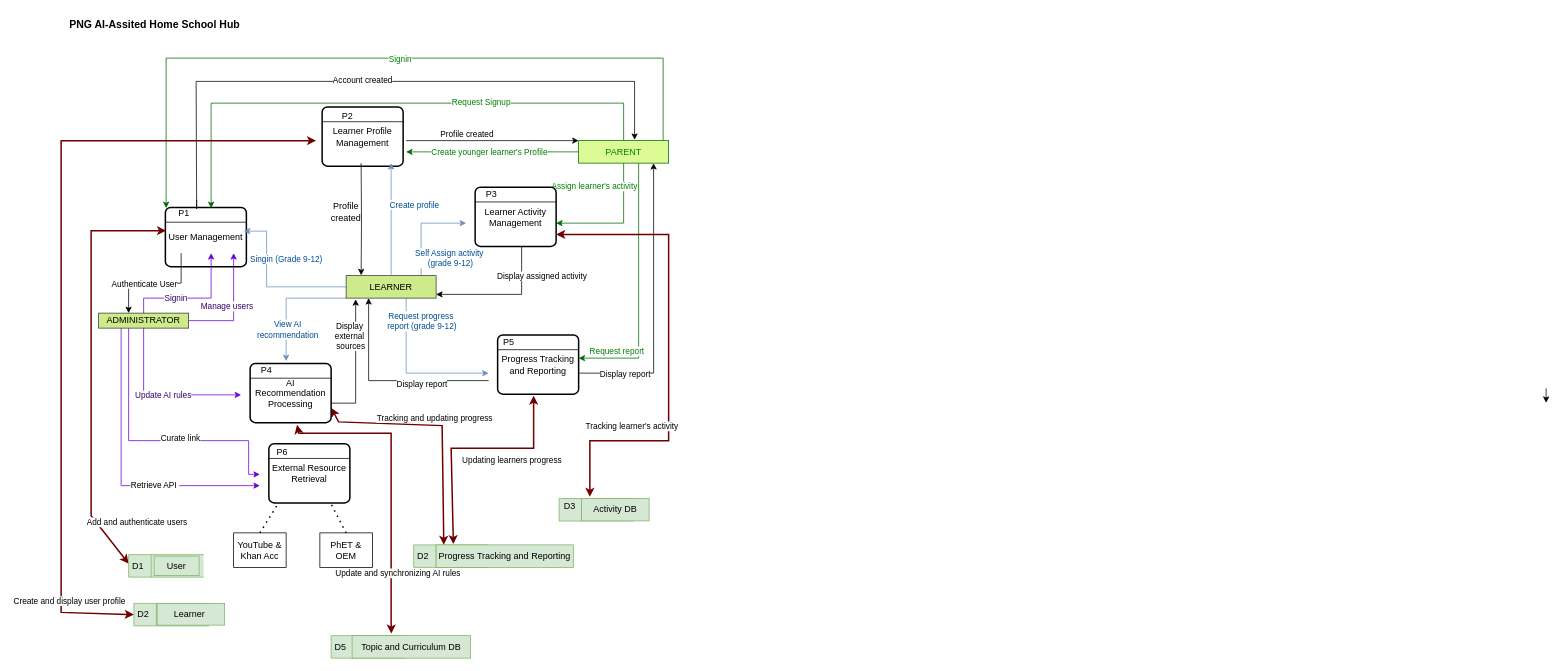
The draw.io diagram page "Data Flow Diagram Level 0" (4 of 8) of Use Case Diagram.drawio in Nash230/IS406-Final-Year-Major-Project, before the edit. Source tidied: cells renumbered, new cells numbered last; positions are measured from the earlier drawing's top-left corner, leaving out a move shared by most shapes. Both pictures are drawn from the tidied source at 75%, with x=0, y=0 at pixel (61, 13).
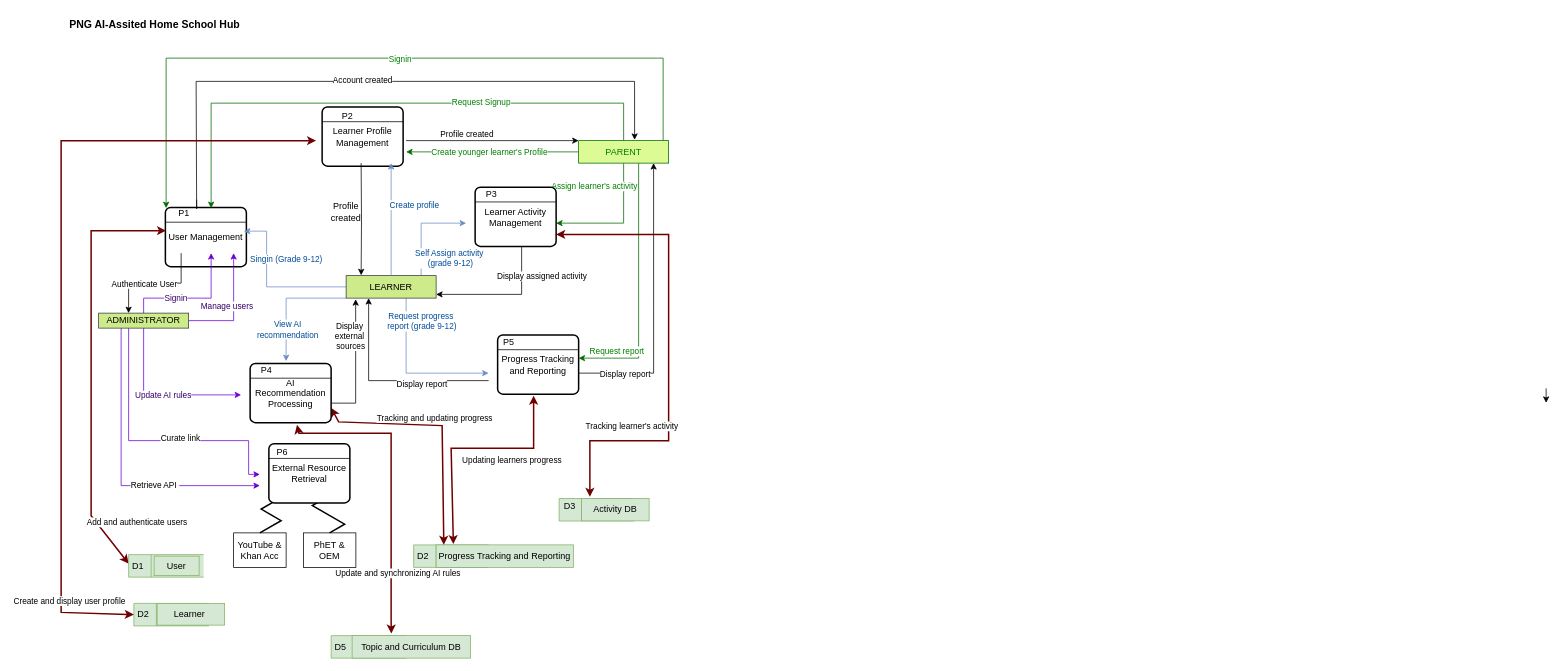
The same page after the edit.

Unchanged cells that the change refers to:
```xml
<mxCell id="71" value="YouTube &amp;amp; Khan Acc" style="rounded=0;whiteSpace=wrap;html=1;" parent="1" vertex="1">
  <mxGeometry x="230" y="693" width="70" height="46" as="geometry" />
</mxCell>
```

Change to the diagram source:
```diff
@@
     <mxCell id="72" value="PhET &amp;amp; OEM" style="rounded=0;whiteSpace=wrap;html=1;" parent="1" vertex="1">
-      <mxGeometry x="345" y="693" width="70" height="46" as="geometry" />
+      <mxGeometry x="323" y="693" width="70" height="46" as="geometry" />
     </mxCell>
-    <mxCell id="73" style="endArrow=none;dashed=1;html=1;dashPattern=1 3;strokeWidth=2;rounded=0;entryX=0.25;entryY=1;entryDx=0;entryDy=0;exitX=0.5;exitY=0;exitDx=0;exitDy=0;" parent="1" edge="1" source="71">
+    <mxCell id="73" style="endArrow=none;html=1;strokeWidth=2;rounded=0;entryX=0.25;entryY=1;entryDx=0;entryDy=0;exitX=0.5;exitY=0;exitDx=0;exitDy=0;edgeStyle=isometricEdgeStyle;endFill=0;" parent="1" edge="1" source="71">
       <mxGeometry relative="1" as="geometry">
         <mxPoint x="295" y="645" as="targetPoint" />
       </mxGeometry>
     </mxCell>
-    <mxCell id="74" style="endArrow=none;dashed=1;html=1;dashPattern=1 3;strokeWidth=2;rounded=0;entryX=0.75;entryY=1;entryDx=0;entryDy=0;exitX=0.5;exitY=0;exitDx=0;exitDy=0;" parent="1" edge="1" source="72">
+    <mxCell id="74" style="endArrow=none;html=1;strokeWidth=2;rounded=0;entryX=0.75;entryY=1;entryDx=0;entryDy=0;exitX=0.5;exitY=0;exitDx=0;exitDy=0;edgeStyle=isometricEdgeStyle;" parent="1" edge="1" source="72">
       <mxGeometry relative="1" as="geometry">
         <mxPoint x="355" y="645" as="targetPoint" />
       </mxGeometry>
     </mxCell>
```
